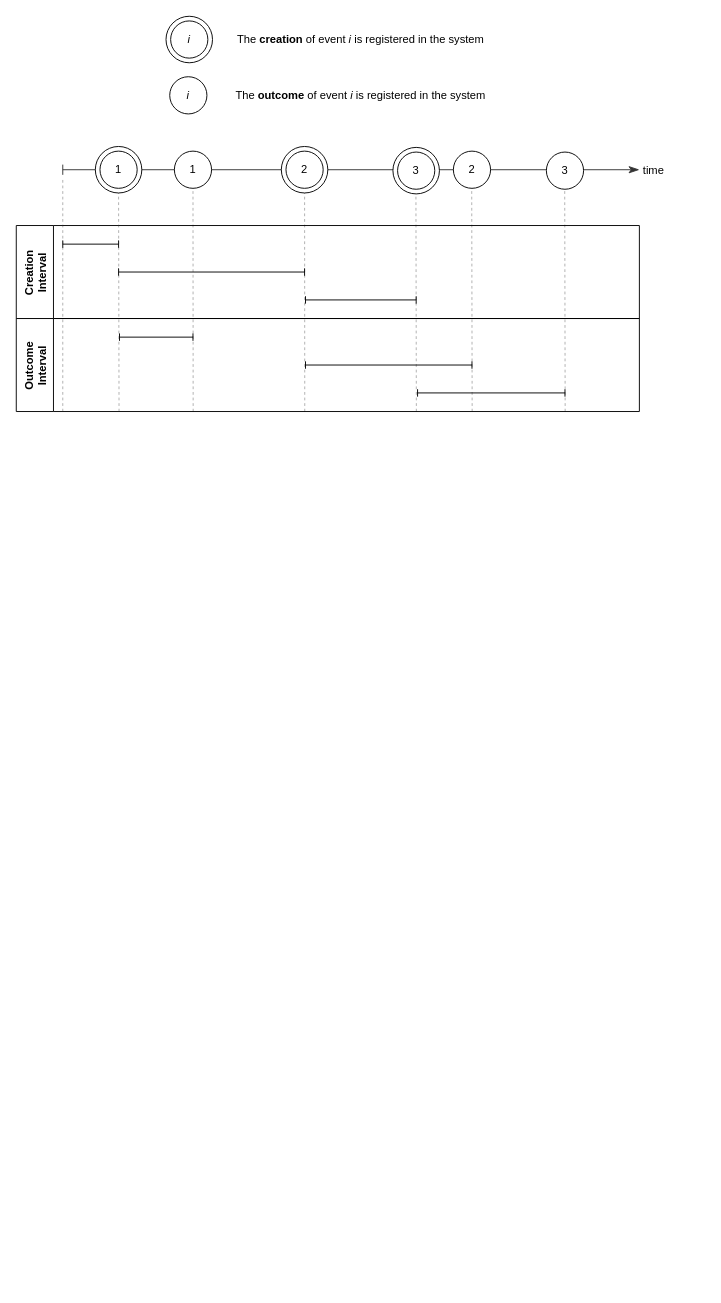
The draw.io diagram artifacts/explain_event_fitting.drawio in t4ncred1/thesis, before the edit. Source tidied: cells renumbered, new cells numbered last; positions are measured from the earlier drawing's top-left corner, leaving out a move shared by most shapes. Both pictures are drawn from the tidied source at 93%, with x=0, y=0 at pixel (16, 16).
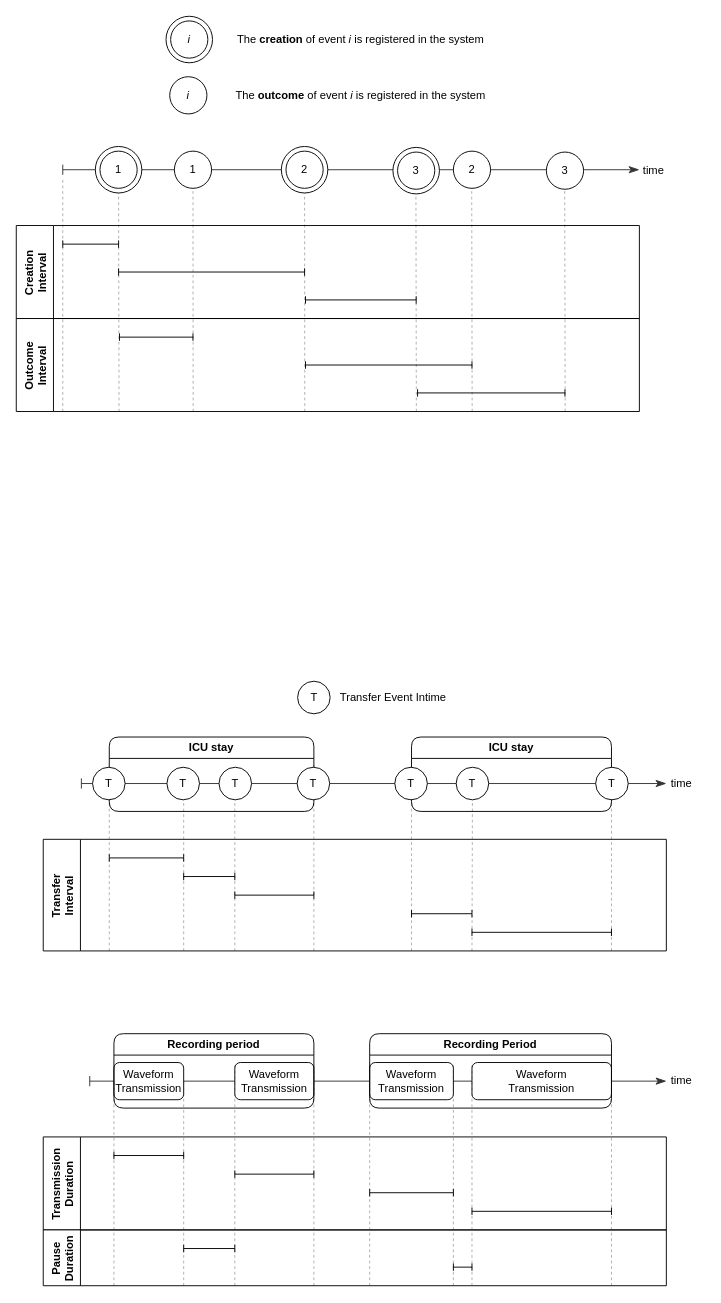
The same diagram, later.

Diff of the diagram source:
```diff
@@
+    <mxCell id="35" value="Transfer&#10;Interval" style="swimlane;horizontal=0;startSize=40;" parent="1" vertex="1">
+      <mxGeometry x="29" y="885" width="670" height="120" as="geometry" />
+    </mxCell>
+    <mxCell id="36" style="endArrow=classicThin;html=1;rounded=0;endSize=9;startArrow=baseDash;startFill=0;startSize=9;strokeColor=#333333;endFill=1;" parent="1" edge="1">
+      <mxGeometry relative="1" as="geometry">
+        <mxPoint x="70" y="825" as="sourcePoint" />
+        <mxPoint x="699" y="825" as="targetPoint" />
+      </mxGeometry>
+    </mxCell>
+    <mxCell id="37" style="endArrow=none;dashed=1;html=1;rounded=0;strokeColor=#333333;startSize=9;endSize=9;opacity=40;" parent="1" edge="1">
+      <mxGeometry relative="1" as="geometry">
+        <mxPoint x="100" y="1005" as="sourcePoint" />
+        <mxPoint x="100" y="825" as="targetPoint" />
+      </mxGeometry>
+    </mxCell>
+    <mxCell id="38" style="endArrow=none;dashed=1;html=1;rounded=0;strokeColor=#333333;startSize=9;endSize=9;opacity=40;" parent="1" edge="1">
+      <mxGeometry relative="1" as="geometry">
+        <mxPoint x="180" y="1005" as="sourcePoint" />
+        <mxPoint x="180" y="825" as="targetPoint" />
+      </mxGeometry>
+    </mxCell>
+    <mxCell id="39" style="endArrow=none;dashed=1;html=1;rounded=0;strokeColor=#333333;startSize=9;endSize=9;opacity=40;" parent="1" edge="1">
+      <mxGeometry relative="1" as="geometry">
+        <mxPoint x="235" y="1005" as="sourcePoint" />
+        <mxPoint x="235" y="825" as="targetPoint" />
+      </mxGeometry>
+    </mxCell>
+    <mxCell id="40" style="endArrow=none;dashed=1;html=1;rounded=0;strokeColor=#333333;startSize=9;endSize=9;opacity=40;" parent="1" edge="1">
+      <mxGeometry relative="1" as="geometry">
+        <mxPoint x="320" y="1005" as="sourcePoint" />
+        <mxPoint x="320" y="805" as="targetPoint" />
+      </mxGeometry>
+    </mxCell>
+    <mxCell id="41" style="endArrow=none;dashed=1;html=1;rounded=0;strokeColor=#333333;startSize=9;endSize=9;opacity=40;" parent="1" edge="1">
+      <mxGeometry relative="1" as="geometry">
+        <mxPoint x="425" y="1005" as="sourcePoint" />
+        <mxPoint x="425" y="805" as="targetPoint" />
+      </mxGeometry>
+    </mxCell>
+    <mxCell id="42" style="endArrow=none;dashed=1;html=1;rounded=0;strokeColor=#333333;startSize=9;endSize=9;opacity=40;" parent="1" edge="1" target="71">
+      <mxGeometry relative="1" as="geometry">
+        <mxPoint x="490" y="1005" as="sourcePoint" />
+      </mxGeometry>
+    </mxCell>
+    <mxCell id="43" style="endArrow=none;dashed=1;html=1;rounded=0;strokeColor=#333333;startSize=9;endSize=9;opacity=40;" parent="1" edge="1">
+      <mxGeometry relative="1" as="geometry">
+        <mxPoint x="640" y="1005" as="sourcePoint" />
+        <mxPoint x="640" y="805" as="targetPoint" />
+      </mxGeometry>
+    </mxCell>
+    <mxCell id="44" style="endArrow=baseDash;html=1;rounded=0;endSize=6;startArrow=baseDash;startFill=0;endFill=0;" parent="1" edge="1">
+      <mxGeometry relative="1" as="geometry">
+        <mxPoint x="100" y="905" as="sourcePoint" />
+        <mxPoint x="180" y="905" as="targetPoint" />
+      </mxGeometry>
+    </mxCell>
+    <mxCell id="45" style="endArrow=baseDash;html=1;rounded=0;endSize=6;startArrow=baseDash;startFill=0;endFill=0;" parent="1" edge="1">
+      <mxGeometry relative="1" as="geometry">
+        <mxPoint x="180" y="925" as="sourcePoint" />
+        <mxPoint x="235" y="925" as="targetPoint" />
+      </mxGeometry>
+    </mxCell>
+    <mxCell id="46" style="endArrow=baseDash;html=1;rounded=0;endSize=6;startArrow=baseDash;startFill=0;endFill=0;" parent="1" edge="1">
+      <mxGeometry relative="1" as="geometry">
+        <mxPoint x="235" y="945" as="sourcePoint" />
+        <mxPoint x="320" y="945" as="targetPoint" />
+      </mxGeometry>
+    </mxCell>
+    <mxCell id="47" style="endArrow=baseDash;html=1;rounded=0;endSize=6;startArrow=baseDash;startFill=0;endFill=0;" parent="1" edge="1">
+      <mxGeometry relative="1" as="geometry">
+        <mxPoint x="425" y="965" as="sourcePoint" />
+        <mxPoint x="490" y="965" as="targetPoint" />
+      </mxGeometry>
+    </mxCell>
+    <mxCell id="48" style="endArrow=baseDash;html=1;rounded=0;endSize=6;startArrow=baseDash;startFill=0;endFill=0;" parent="1" edge="1">
+      <mxGeometry relative="1" as="geometry">
+        <mxPoint x="490" y="985" as="sourcePoint" />
+        <mxPoint x="640" y="985" as="targetPoint" />
+      </mxGeometry>
+    </mxCell>
+    <mxCell id="49" value="time" style="text;html=1;align=center;verticalAlign=middle;strokeColor=none;fillColor=none;" parent="1" vertex="1">
+      <mxGeometry x="690" y="810" width="50" height="30" as="geometry" />
+    </mxCell>
+    <mxCell id="50" value="Transmission&#10;Duration" style="swimlane;horizontal=0;startSize=40;" parent="1" vertex="1">
+      <mxGeometry x="29" y="1205" width="670" height="100" as="geometry" />
+    </mxCell>
+    <mxCell id="51" style="endArrow=classicThin;html=1;rounded=0;endSize=9;startArrow=baseDash;startFill=0;startSize=9;strokeColor=#333333;endFill=1;" parent="1" edge="1">
+      <mxGeometry relative="1" as="geometry">
+        <mxPoint x="79" y="1145" as="sourcePoint" />
+        <mxPoint x="699" y="1145" as="targetPoint" />
+      </mxGeometry>
+    </mxCell>
+    <mxCell id="52" value="Waveform&lt;br&gt;Transmission" style="rounded=1;whiteSpace=wrap;html=1;" parent="1" vertex="1">
+      <mxGeometry x="105" y="1125" width="75" height="40" as="geometry" />
+    </mxCell>
+    <mxCell id="53" value="Waveform&lt;br&gt;Transmission" style="rounded=1;whiteSpace=wrap;html=1;" parent="1" vertex="1">
+      <mxGeometry x="235" y="1125" width="85" height="40" as="geometry" />
+    </mxCell>
+    <mxCell id="54" value="Waveform&lt;br&gt;Transmission" style="rounded=1;whiteSpace=wrap;html=1;" parent="1" vertex="1">
+      <mxGeometry x="490" y="1125" width="150" height="40" as="geometry" />
+    </mxCell>
+    <mxCell id="55" style="endArrow=none;dashed=1;html=1;rounded=0;strokeColor=#333333;startSize=9;endSize=9;opacity=40;" parent="1" edge="1">
+      <mxGeometry relative="1" as="geometry">
+        <mxPoint x="105" y="1365" as="sourcePoint" />
+        <mxPoint x="105" y="1145" as="targetPoint" />
+      </mxGeometry>
+    </mxCell>
+    <mxCell id="56" style="endArrow=none;dashed=1;html=1;rounded=0;strokeColor=#333333;startSize=9;endSize=9;opacity=40;" parent="1" edge="1">
+      <mxGeometry relative="1" as="geometry">
+        <mxPoint x="180" y="1365" as="sourcePoint" />
+        <mxPoint x="180" y="1145" as="targetPoint" />
+      </mxGeometry>
+    </mxCell>
+    <mxCell id="57" style="endArrow=none;dashed=1;html=1;rounded=0;strokeColor=#333333;startSize=9;endSize=9;opacity=40;" parent="1" edge="1">
+      <mxGeometry relative="1" as="geometry">
+        <mxPoint x="235" y="1365" as="sourcePoint" />
+        <mxPoint x="235" y="1125" as="targetPoint" />
+      </mxGeometry>
+    </mxCell>
+    <mxCell id="58" style="endArrow=none;dashed=1;html=1;rounded=0;strokeColor=#333333;startSize=9;endSize=9;opacity=40;" parent="1" edge="1">
+      <mxGeometry relative="1" as="geometry">
+        <mxPoint x="320" y="1365" as="sourcePoint" />
+        <mxPoint x="320" y="1125" as="targetPoint" />
+      </mxGeometry>
+    </mxCell>
+    <mxCell id="59" style="endArrow=none;dashed=1;html=1;rounded=0;strokeColor=#333333;startSize=9;endSize=9;opacity=40;" parent="1" edge="1">
+      <mxGeometry relative="1" as="geometry">
+        <mxPoint x="640" y="1365" as="sourcePoint" />
+        <mxPoint x="640" y="1125" as="targetPoint" />
+      </mxGeometry>
+    </mxCell>
+    <mxCell id="60" style="endArrow=baseDash;html=1;rounded=0;endSize=6;startArrow=baseDash;startFill=0;endFill=0;" parent="1" edge="1">
+      <mxGeometry relative="1" as="geometry">
+        <mxPoint x="105" y="1225" as="sourcePoint" />
+        <mxPoint x="180" y="1225" as="targetPoint" />
+      </mxGeometry>
+    </mxCell>
+    <mxCell id="61" style="endArrow=baseDash;html=1;rounded=0;endSize=6;startArrow=baseDash;startFill=0;endFill=0;" parent="1" edge="1">
+      <mxGeometry relative="1" as="geometry">
+        <mxPoint x="235" y="1245" as="sourcePoint" />
+        <mxPoint x="320" y="1245" as="targetPoint" />
+      </mxGeometry>
+    </mxCell>
+    <mxCell id="62" style="endArrow=baseDash;html=1;rounded=0;endSize=6;startArrow=baseDash;startFill=0;endFill=0;" parent="1" edge="1">
+      <mxGeometry relative="1" as="geometry">
+        <mxPoint x="490" y="1285" as="sourcePoint" />
+        <mxPoint x="640" y="1285" as="targetPoint" />
+      </mxGeometry>
+    </mxCell>
+    <mxCell id="63" value="time" style="text;html=1;align=center;verticalAlign=middle;strokeColor=none;fillColor=none;" parent="1" vertex="1">
+      <mxGeometry x="690" y="1130" width="50" height="30" as="geometry" />
+    </mxCell>
+    <mxCell id="64" value="ICU stay" style="swimlane;whiteSpace=wrap;html=1;rounded=1;" parent="1" vertex="1">
+      <mxGeometry x="100" y="775" width="220" height="80" as="geometry" />
+    </mxCell>
+    <mxCell id="65" value="T" style="ellipse;whiteSpace=wrap;html=1;rounded=1;" parent="64" vertex="1">
+      <mxGeometry x="-18" y="32.5" width="35" height="35" as="geometry" />
+    </mxCell>
+    <mxCell id="66" value="T" style="ellipse;whiteSpace=wrap;html=1;rounded=1;" parent="64" vertex="1">
+      <mxGeometry x="62" y="32.5" width="35" height="35" as="geometry" />
+    </mxCell>
+    <mxCell id="67" value="T" style="ellipse;whiteSpace=wrap;html=1;rounded=1;" parent="64" vertex="1">
+      <mxGeometry x="118" y="32.5" width="35" height="35" as="geometry" />
+    </mxCell>
+    <mxCell id="68" value="T" style="ellipse;whiteSpace=wrap;html=1;rounded=1;" parent="1" vertex="1">
+      <mxGeometry x="302" y="807.5" width="35" height="35" as="geometry" />
+    </mxCell>
+    <mxCell id="69" value="ICU stay" style="swimlane;whiteSpace=wrap;html=1;rounded=1;" parent="1" vertex="1">
+      <mxGeometry x="425" y="775" width="215" height="80" as="geometry" />
+    </mxCell>
+    <mxCell id="70" value="T" style="ellipse;whiteSpace=wrap;html=1;rounded=1;" parent="69" vertex="1">
+      <mxGeometry x="-18" y="32.5" width="35" height="35" as="geometry" />
+    </mxCell>
+    <mxCell id="71" value="T" style="ellipse;whiteSpace=wrap;html=1;rounded=1;" parent="69" vertex="1">
+      <mxGeometry x="48" y="32.5" width="35" height="35" as="geometry" />
+    </mxCell>
+    <mxCell id="72" value="T" style="ellipse;whiteSpace=wrap;html=1;rounded=1;" parent="1" vertex="1">
+      <mxGeometry x="623" y="807.5" width="35" height="35" as="geometry" />
+    </mxCell>
+    <mxCell id="73" value="T" style="ellipse;whiteSpace=wrap;html=1;rounded=1;" parent="1" vertex="1">
+      <mxGeometry x="302.5" y="715" width="35" height="35" as="geometry" />
+    </mxCell>
+    <mxCell id="74" value="Transfer Event Intime" style="text;html=1;align=center;verticalAlign=middle;strokeColor=none;fillColor=none;" parent="1" vertex="1">
+      <mxGeometry x="335" y="717.5" width="140" height="30" as="geometry" />
+    </mxCell>
+    <mxCell id="75" value="Pause&#10;Duration" style="swimlane;horizontal=0;startSize=40;" parent="1" vertex="1">
+      <mxGeometry x="29" y="1305" width="670" height="60" as="geometry" />
+    </mxCell>
+    <mxCell id="76" style="endArrow=baseDash;html=1;rounded=0;endSize=6;startArrow=baseDash;startFill=0;endFill=0;" parent="1" edge="1">
+      <mxGeometry relative="1" as="geometry">
+        <mxPoint x="180" y="1325" as="sourcePoint" />
+        <mxPoint x="235" y="1325" as="targetPoint" />
+      </mxGeometry>
+    </mxCell>
+    <mxCell id="77" style="endArrow=none;dashed=1;html=1;rounded=0;strokeColor=#333333;startSize=9;endSize=9;opacity=40;" parent="1" edge="1">
+      <mxGeometry relative="1" as="geometry">
+        <mxPoint x="490" y="1365" as="sourcePoint" />
+        <mxPoint x="490" y="1124.4" as="targetPoint" />
+      </mxGeometry>
+    </mxCell>
+    <mxCell id="78" value="Waveform&lt;br&gt;Transmission" style="rounded=1;whiteSpace=wrap;html=1;" parent="1" vertex="1">
+      <mxGeometry x="380" y="1125" width="90" height="40" as="geometry" />
+    </mxCell>
+    <mxCell id="79" style="endArrow=none;dashed=1;html=1;rounded=0;strokeColor=#333333;startSize=9;endSize=9;opacity=40;" parent="1" edge="1">
+      <mxGeometry relative="1" as="geometry">
+        <mxPoint x="470" y="1365" as="sourcePoint" />
+        <mxPoint x="470" y="1125" as="targetPoint" />
+      </mxGeometry>
+    </mxCell>
+    <mxCell id="80" style="endArrow=none;dashed=1;html=1;rounded=0;strokeColor=#333333;startSize=9;endSize=9;opacity=40;" parent="1" edge="1">
+      <mxGeometry relative="1" as="geometry">
+        <mxPoint x="380" y="1365" as="sourcePoint" />
+        <mxPoint x="380" y="1125" as="targetPoint" />
+      </mxGeometry>
+    </mxCell>
+    <mxCell id="81" style="endArrow=baseDash;html=1;rounded=0;endSize=6;startArrow=baseDash;startFill=0;endFill=0;" parent="1" edge="1">
+      <mxGeometry relative="1" as="geometry">
+        <mxPoint x="470" y="1345" as="sourcePoint" />
+        <mxPoint x="490" y="1345" as="targetPoint" />
+      </mxGeometry>
+    </mxCell>
+    <mxCell id="82" style="endArrow=baseDash;html=1;rounded=0;endSize=6;startArrow=baseDash;startFill=0;endFill=0;" parent="1" edge="1">
+      <mxGeometry relative="1" as="geometry">
+        <mxPoint x="380" y="1265" as="sourcePoint" />
+        <mxPoint x="470" y="1265" as="targetPoint" />
+      </mxGeometry>
+    </mxCell>
+    <mxCell id="83" value="Recording period" style="swimlane;whiteSpace=wrap;html=1;rounded=1;startSize=23;" parent="1" vertex="1">
+      <mxGeometry x="105" y="1094" width="215" height="80" as="geometry" />
+    </mxCell>
+    <mxCell id="84" value="Recording Period" style="swimlane;whiteSpace=wrap;html=1;rounded=1;startSize=23;" parent="1" vertex="1">
+      <mxGeometry x="380" y="1094" width="260" height="80" as="geometry" />
+    </mxCell>
```
